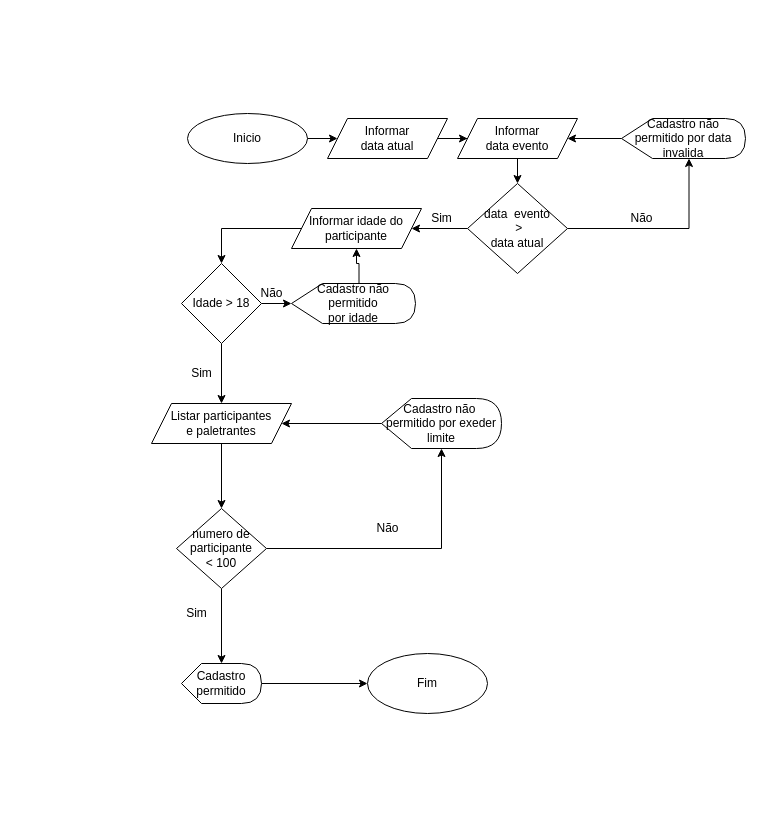
The draw.io diagram fluxograma-cadastro-eventos.drawio in Visvakarma/cadastro-eventos-savinis, before the edit. Source tidied: cells renumbered, new cells numbered last; positions are measured from the earlier drawing's top-left corner, leaving out a move shared by most shapes. Both pictures are drawn from the tidied source at 100%, with x=0, y=0 at pixel (151, 113).
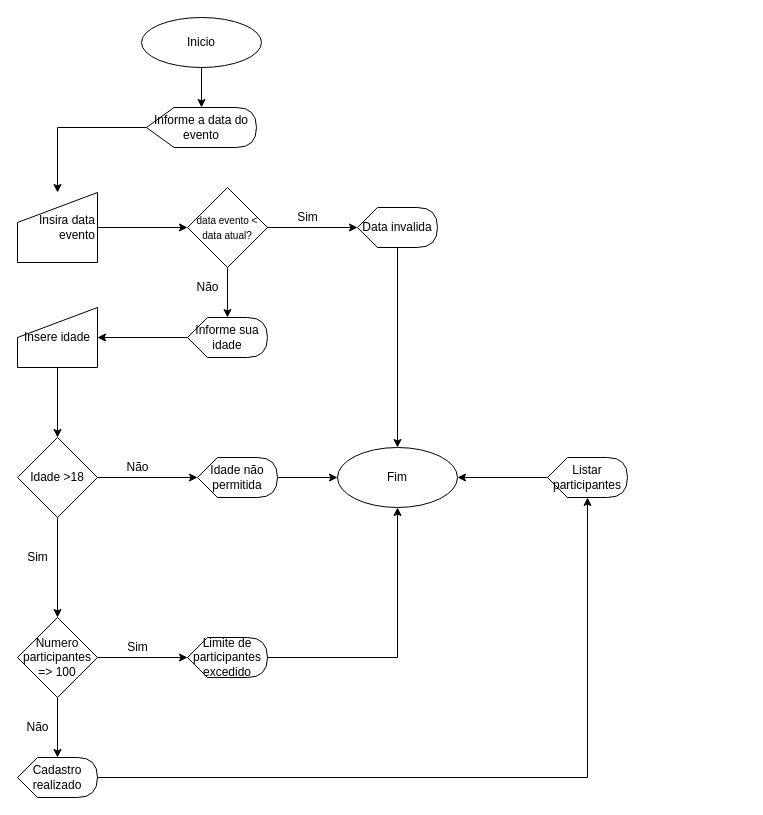
The same page after the edit.

What changed in the source:
```diff
@@
-    <mxCell id="2" style="edgeStyle=orthogonalEdgeStyle;rounded=0;jettySize=auto;html=1;" parent="1" edge="1" source="3" target="5">
-      <mxGeometry relative="1" as="geometry" />
-    </mxCell>
+    <mxCell id="37" style="edgeStyle=orthogonalEdgeStyle;rounded=0;jettySize=auto;html=1;" parent="1" edge="1" source="3" target="39">
+      <mxGeometry relative="1" as="geometry" />
+    </mxCell>
     <mxCell id="3" value="Inicio" style="ellipse;whiteSpace=wrap;html=1;" parent="1" vertex="1">
-      <mxGeometry x="36" width="120" height="50" as="geometry" />
+      <mxGeometry x="-10" y="-96" width="120" height="50" as="geometry" />
     </mxCell>
-    <mxCell id="4" style="edgeStyle=orthogonalEdgeStyle;rounded=0;jettySize=auto;html=1;" parent="1" edge="1" source="5" target="7">
-      <mxGeometry relative="1" as="geometry" />
-    </mxCell>
-    <mxCell id="5" value="Informar&lt;br&gt;data atual" style="shape=parallelogram;perimeter=parallelogramPerimeter;whiteSpace=wrap;html=1;fixedSize=1;" parent="1" vertex="1">
-      <mxGeometry x="176" y="5" width="120" height="40" as="geometry" />
-    </mxCell>
-    <mxCell id="6" style="edgeStyle=orthogonalEdgeStyle;rounded=0;jettySize=auto;html=1;" parent="1" edge="1" source="7" target="10">
-      <mxGeometry relative="1" as="geometry" />
-    </mxCell>
-    <mxCell id="7" value="Informar&lt;br&gt;data evento" style="shape=parallelogram;perimeter=parallelogramPerimeter;whiteSpace=wrap;html=1;fixedSize=1;" parent="1" vertex="1">
-      <mxGeometry x="306" y="5" width="120" height="40" as="geometry" />
-    </mxCell>
-    <mxCell id="8" style="edgeStyle=orthogonalEdgeStyle;rounded=0;jettySize=auto;html=1;entryX=0;entryY=0;entryDx=67.5;entryDy=40;entryPerimeter=0;" parent="1" edge="1" source="10" target="25">
-      <mxGeometry relative="1" as="geometry" />
-    </mxCell>
-    <mxCell id="9" style="edgeStyle=orthogonalEdgeStyle;rounded=0;jettySize=auto;html=1;" parent="1" edge="1" source="10" target="15">
-      <mxGeometry relative="1" as="geometry" />
-    </mxCell>
-    <mxCell id="10" value="data&amp;nbsp; evento&lt;br&gt;&amp;nbsp;&amp;gt;&lt;br&gt;data atual" style="rhombus;whiteSpace=wrap;html=1;" parent="1" vertex="1">
-      <mxGeometry x="316" y="70" width="100" height="90" as="geometry" />
-    </mxCell>
-    <mxCell id="11" style="edgeStyle=orthogonalEdgeStyle;rounded=0;orthogonalLoop=1;jettySize=auto;html=1;exitX=0.5;exitY=1;exitDx=0;exitDy=0;" parent="1" edge="1">
-      <mxGeometry relative="1" as="geometry">
-        <mxPoint x="90" y="380" as="sourcePoint" />
-        <mxPoint x="90" y="380" as="targetPoint" />
-      </mxGeometry>
-    </mxCell>
-    <mxCell id="12" value="Não" style="text;html=1;align=center;verticalAlign=middle;strokeColor=none;fillColor=none;" parent="1" vertex="1">
-      <mxGeometry x="470" y="95" width="40" height="20" as="geometry" />
-    </mxCell>
-    <mxCell id="13" value="Sim" style="text;html=1;align=center;verticalAlign=middle;strokeColor=none;fillColor=none;" parent="1" vertex="1">
-      <mxGeometry x="270" y="95" width="40" height="20" as="geometry" />
-    </mxCell>
-    <mxCell id="14" style="edgeStyle=orthogonalEdgeStyle;rounded=0;jettySize=auto;html=1;" parent="1" edge="1" source="15" target="19">
-      <mxGeometry relative="1" as="geometry" />
-    </mxCell>
-    <mxCell id="15" value="Informar idade do participante" style="shape=parallelogram;perimeter=parallelogramPerimeter;whiteSpace=wrap;html=1;fixedSize=1;" parent="1" vertex="1">
-      <mxGeometry x="140" y="95" width="130" height="40" as="geometry" />
-    </mxCell>
-    <mxCell id="16" style="endArrow=classic;html=1;entryX=1;entryY=0.5;entryDx=0;entryDy=0;exitX=0;exitY=0.5;exitDx=0;exitDy=0;exitPerimeter=0;" parent="1" edge="1" source="25" target="7">
-      <mxGeometry relative="1" as="geometry" />
-    </mxCell>
-    <mxCell id="17" style="edgeStyle=orthogonalEdgeStyle;rounded=0;jettySize=auto;html=1;entryX=0;entryY=0.5;entryDx=0;entryDy=0;entryPerimeter=0;" parent="1" edge="1" source="19" target="24">
-      <mxGeometry relative="1" as="geometry" />
-    </mxCell>
-    <mxCell id="18" style="edgeStyle=orthogonalEdgeStyle;rounded=0;jettySize=auto;html=1;" parent="1" edge="1" source="19" target="23">
-      <mxGeometry relative="1" as="geometry" />
-    </mxCell>
-    <mxCell id="19" value="Idade &amp;gt; 18" style="rhombus;whiteSpace=wrap;html=1;" parent="1" vertex="1">
-      <mxGeometry x="30" y="150" width="80" height="80" as="geometry" />
-    </mxCell>
-    <mxCell id="20" style="edgeStyle=orthogonalEdgeStyle;rounded=0;jettySize=auto;html=1;exitX=0;exitY=0;exitDx=67.5;exitDy=0;exitPerimeter=0;" parent="1" edge="1" source="24" target="15">
-      <mxGeometry relative="1" as="geometry" />
-    </mxCell>
-    <mxCell id="21" value="Não" style="text;html=1;align=center;verticalAlign=middle;strokeColor=none;fillColor=none;" parent="1" vertex="1">
-      <mxGeometry x="100" y="170" width="40" height="20" as="geometry" />
-    </mxCell>
-    <mxCell id="22" style="edgeStyle=orthogonalEdgeStyle;rounded=0;jettySize=auto;html=1;entryX=0.5;entryY=0;entryDx=0;entryDy=0;" parent="1" edge="1" source="23" target="29">
-      <mxGeometry relative="1" as="geometry" />
-    </mxCell>
-    <mxCell id="23" value="Listar participantes&lt;br&gt;e paletrantes" style="shape=parallelogram;perimeter=parallelogramPerimeter;whiteSpace=wrap;html=1;fixedSize=1;" parent="1" vertex="1">
-      <mxGeometry y="290" width="140" height="40" as="geometry" />
-    </mxCell>
-    <mxCell id="24" value="&lt;span&gt;Cadastro não permitido&lt;/span&gt;&lt;br&gt;&lt;span&gt;por idade&lt;/span&gt;" style="shape=display;whiteSpace=wrap;html=1;" parent="1" vertex="1">
-      <mxGeometry x="140" y="170" width="124" height="40" as="geometry" />
-    </mxCell>
-    <mxCell id="25" value="Cadastro não permitido por data invalida" style="shape=display;whiteSpace=wrap;html=1;" parent="1" vertex="1">
-      <mxGeometry x="470" y="5" width="124" height="40" as="geometry" />
-    </mxCell>
-    <mxCell id="26" value="Sim" style="text;html=1;align=center;verticalAlign=middle;strokeColor=none;fillColor=none;" parent="1" vertex="1">
-      <mxGeometry x="30" y="250" width="40" height="20" as="geometry" />
-    </mxCell>
-    <mxCell id="27" style="edgeStyle=orthogonalEdgeStyle;rounded=0;jettySize=auto;html=1;" parent="1" edge="1" source="29" target="31">
-      <mxGeometry relative="1" as="geometry" />
-    </mxCell>
-    <mxCell id="28" style="edgeStyle=orthogonalEdgeStyle;rounded=0;jettySize=auto;html=1;" parent="1" edge="1" source="29" target="34">
-      <mxGeometry relative="1" as="geometry" />
-    </mxCell>
-    <mxCell id="29" value="&lt;span&gt;numero de participante&lt;br&gt;&amp;lt; 100&lt;/span&gt;" style="rhombus;whiteSpace=wrap;html=1;" parent="1" vertex="1">
-      <mxGeometry x="25" y="395" width="90" height="80" as="geometry" />
-    </mxCell>
-    <mxCell id="30" style="edgeStyle=orthogonalEdgeStyle;rounded=0;jettySize=auto;html=1;" parent="1" edge="1" source="31" target="23">
-      <mxGeometry relative="1" as="geometry" />
-    </mxCell>
-    <mxCell id="31" value="Cadastro não&amp;nbsp; permitido por exeder limite" style="shape=display;whiteSpace=wrap;html=1;" parent="1" vertex="1">
-      <mxGeometry x="230" y="285" width="120" height="50" as="geometry" />
-    </mxCell>
-    <mxCell id="32" value="Não" style="text;html=1;align=center;verticalAlign=middle;strokeColor=none;fillColor=none;" parent="1" vertex="1">
-      <mxGeometry x="216" y="405" width="40" height="20" as="geometry" />
-    </mxCell>
-    <mxCell id="33" style="edgeStyle=orthogonalEdgeStyle;rounded=0;jettySize=auto;html=1;" parent="1" edge="1" source="34" target="35">
-      <mxGeometry relative="1" as="geometry" />
-    </mxCell>
-    <mxCell id="34" value="Cadastro permitido" style="shape=display;whiteSpace=wrap;html=1;" parent="1" vertex="1">
-      <mxGeometry x="30" y="550" width="80" height="40" as="geometry" />
-    </mxCell>
+    <mxCell id="38" style="edgeStyle=orthogonalEdgeStyle;rounded=0;jettySize=auto;html=1;" parent="1" edge="1" source="39" target="41">
+      <mxGeometry relative="1" as="geometry" />
+    </mxCell>
+    <mxCell id="39" value="Informe a data do evento" style="shape=display;whiteSpace=wrap;html=1;" parent="1" vertex="1">
+      <mxGeometry x="-5" y="-6" width="110" height="40" as="geometry" />
+    </mxCell>
+    <mxCell id="40" style="edgeStyle=orthogonalEdgeStyle;rounded=0;jettySize=auto;html=1;" parent="1" edge="1" source="41" target="44">
+      <mxGeometry relative="1" as="geometry" />
+    </mxCell>
+    <mxCell id="41" value="&lt;div&gt;&lt;span&gt;Insira data evento&lt;/span&gt;&lt;/div&gt;" style="shape=manualInput;whiteSpace=wrap;html=1;align=right;" parent="1" vertex="1">
+      <mxGeometry x="-134" y="79" width="80" height="70" as="geometry" />
+    </mxCell>
+    <mxCell id="42" style="edgeStyle=orthogonalEdgeStyle;rounded=0;jettySize=auto;html=1;" parent="1" edge="1" source="44" target="46">
+      <mxGeometry relative="1" as="geometry" />
+    </mxCell>
+    <mxCell id="43" style="edgeStyle=orthogonalEdgeStyle;rounded=0;jettySize=auto;html=1;" parent="1" edge="1" source="44" target="50">
+      <mxGeometry relative="1" as="geometry" />
+    </mxCell>
+    <mxCell id="44" value="&lt;font style=&quot;font-size: 10px&quot;&gt;data evento &amp;lt; data atual?&lt;/font&gt;" style="rhombus;whiteSpace=wrap;html=1;align=center;" parent="1" vertex="1">
+      <mxGeometry x="36" y="74" width="80" height="80" as="geometry" />
+    </mxCell>
+    <mxCell id="45" style="edgeStyle=orthogonalEdgeStyle;rounded=0;jettySize=auto;html=1;" parent="1" edge="1" source="46" target="35">
+      <mxGeometry relative="1" as="geometry" />
+    </mxCell>
+    <mxCell id="46" value="Data invalida" style="shape=display;whiteSpace=wrap;html=1;" parent="1" vertex="1">
+      <mxGeometry x="206" y="94" width="80" height="40" as="geometry" />
+    </mxCell>
+    <mxCell id="47" style="edgeStyle=orthogonalEdgeStyle;rounded=0;jettySize=auto;html=1;" parent="1" edge="1" source="48" target="53">
+      <mxGeometry relative="1" as="geometry" />
+    </mxCell>
+    <mxCell id="48" value="Insere idade" style="shape=manualInput;whiteSpace=wrap;html=1;" parent="1" vertex="1">
+      <mxGeometry x="-134" y="194" width="80" height="60" as="geometry" />
+    </mxCell>
+    <mxCell id="49" style="edgeStyle=orthogonalEdgeStyle;rounded=0;jettySize=auto;html=1;" parent="1" edge="1" source="50" target="48">
+      <mxGeometry relative="1" as="geometry" />
+    </mxCell>
+    <mxCell id="50" value="Informe sua idade" style="shape=display;whiteSpace=wrap;html=1;" parent="1" vertex="1">
+      <mxGeometry x="36" y="204" width="80" height="40" as="geometry" />
+    </mxCell>
+    <mxCell id="51" style="edgeStyle=orthogonalEdgeStyle;rounded=0;jettySize=auto;html=1;" parent="1" edge="1" source="53" target="55">
+      <mxGeometry relative="1" as="geometry" />
+    </mxCell>
+    <mxCell id="52" style="edgeStyle=orthogonalEdgeStyle;rounded=0;jettySize=auto;html=1;" parent="1" edge="1" source="53" target="60">
+      <mxGeometry relative="1" as="geometry" />
+    </mxCell>
+    <mxCell id="53" value="Idade &amp;gt;18" style="rhombus;whiteSpace=wrap;html=1;" parent="1" vertex="1">
+      <mxGeometry x="-134" y="324" width="80" height="80" as="geometry" />
+    </mxCell>
+    <mxCell id="54" style="edgeStyle=orthogonalEdgeStyle;rounded=0;jettySize=auto;html=1;" parent="1" edge="1" source="55" target="35">
+      <mxGeometry relative="1" as="geometry" />
+    </mxCell>
+    <mxCell id="55" value="Idade não permitida" style="shape=display;whiteSpace=wrap;html=1;" parent="1" vertex="1">
+      <mxGeometry x="46" y="344" width="80" height="40" as="geometry" />
+    </mxCell>
+    <mxCell id="56" style="edgeStyle=orthogonalEdgeStyle;rounded=0;jettySize=auto;html=1;" parent="1" edge="1" source="57" target="35">
+      <mxGeometry relative="1" as="geometry" />
+    </mxCell>
+    <mxCell id="57" value="Limite de participantes excedido" style="shape=display;whiteSpace=wrap;html=1;" parent="1" vertex="1">
+      <mxGeometry x="36" y="524" width="80" height="40" as="geometry" />
+    </mxCell>
+    <mxCell id="58" style="edgeStyle=orthogonalEdgeStyle;rounded=0;jettySize=auto;html=1;" parent="1" edge="1" source="60" target="57">
+      <mxGeometry relative="1" as="geometry" />
+    </mxCell>
+    <mxCell id="59" style="edgeStyle=orthogonalEdgeStyle;rounded=0;jettySize=auto;html=1;" parent="1" edge="1" source="60" target="64">
+      <mxGeometry relative="1" as="geometry" />
+    </mxCell>
+    <mxCell id="60" value="Numero participantes =&amp;gt; 100" style="rhombus;whiteSpace=wrap;html=1;" parent="1" vertex="1">
+      <mxGeometry x="-134" y="504" width="80" height="80" as="geometry" />
+    </mxCell>
+    <mxCell id="61" style="edgeStyle=orthogonalEdgeStyle;rounded=0;jettySize=auto;html=1;" parent="1" edge="1" source="62" target="35">
+      <mxGeometry relative="1" as="geometry" />
+    </mxCell>
+    <mxCell id="62" value="Listar participantes" style="shape=display;whiteSpace=wrap;html=1;" parent="1" vertex="1">
+      <mxGeometry x="396" y="344" width="80" height="40" as="geometry" />
+    </mxCell>
     <mxCell id="35" value="Fim" style="ellipse;whiteSpace=wrap;html=1;" parent="1" vertex="1">
-      <mxGeometry x="216" y="540" width="120" height="60" as="geometry" />
+      <mxGeometry x="186" y="334" width="120" height="60" as="geometry" />
     </mxCell>
-    <mxCell id="36" value="Sim" style="text;html=1;align=center;verticalAlign=middle;strokeColor=none;fillColor=none;" parent="1" vertex="1">
-      <mxGeometry x="25" y="490" width="40" height="20" as="geometry" />
-    </mxCell>
+    <mxCell id="63" style="edgeStyle=orthogonalEdgeStyle;rounded=0;jettySize=auto;html=1;" parent="1" edge="1" source="64" target="62">
+      <mxGeometry relative="1" as="geometry" />
+    </mxCell>
+    <mxCell id="64" value="Cadastro realizado" style="shape=display;whiteSpace=wrap;html=1;" parent="1" vertex="1">
+      <mxGeometry x="-134" y="644" width="80" height="40" as="geometry" />
+    </mxCell>
+    <mxCell id="65" value="Não" style="text;html=1;align=center;verticalAlign=middle;strokeColor=none;fillColor=none;" parent="1" vertex="1">
+      <mxGeometry x="-134" y="604" width="40" height="20" as="geometry" />
+    </mxCell>
+    <mxCell id="66" value="Não" style="text;html=1;align=center;verticalAlign=middle;strokeColor=none;fillColor=none;" parent="1" vertex="1">
+      <mxGeometry x="-34" y="344" width="40" height="20" as="geometry" />
+    </mxCell>
+    <mxCell id="67" value="Não" style="text;html=1;align=center;verticalAlign=middle;strokeColor=none;fillColor=none;" parent="1" vertex="1">
+      <mxGeometry x="36" y="164" width="40" height="20" as="geometry" />
+    </mxCell>
+    <mxCell id="68" value="Sim" style="text;html=1;align=center;verticalAlign=middle;strokeColor=none;fillColor=none;" parent="1" vertex="1">
+      <mxGeometry x="-34" y="524" width="40" height="20" as="geometry" />
+    </mxCell>
+    <mxCell id="69" value="Sim" style="text;html=1;align=center;verticalAlign=middle;strokeColor=none;fillColor=none;" parent="1" vertex="1">
+      <mxGeometry x="-134" y="434" width="40" height="20" as="geometry" />
+    </mxCell>
+    <mxCell id="70" value="Sim" style="text;html=1;align=center;verticalAlign=middle;strokeColor=none;fillColor=none;" parent="1" vertex="1">
+      <mxGeometry x="136" y="94" width="40" height="20" as="geometry" />
+    </mxCell>
```
